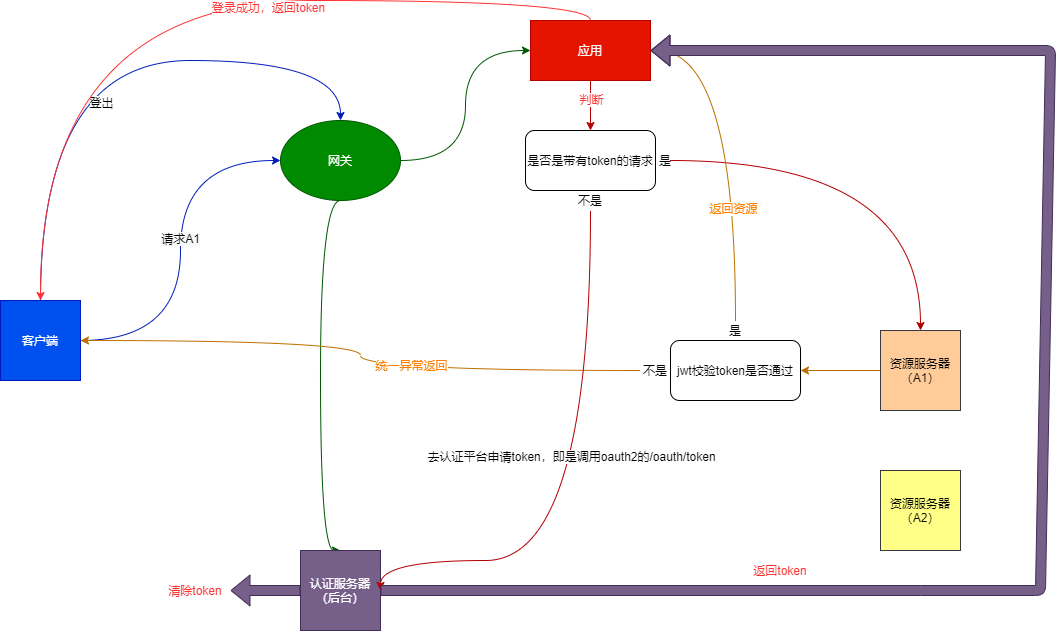
This is 认证流程.png from jsdsfy/flowchart-warehouse, a draw.io export, as it was before one commit. Source tidied: cells renumbered, new cells last; positions are measured from the earlier drawing's top-left corner, leaving out a move shared by most shapes.
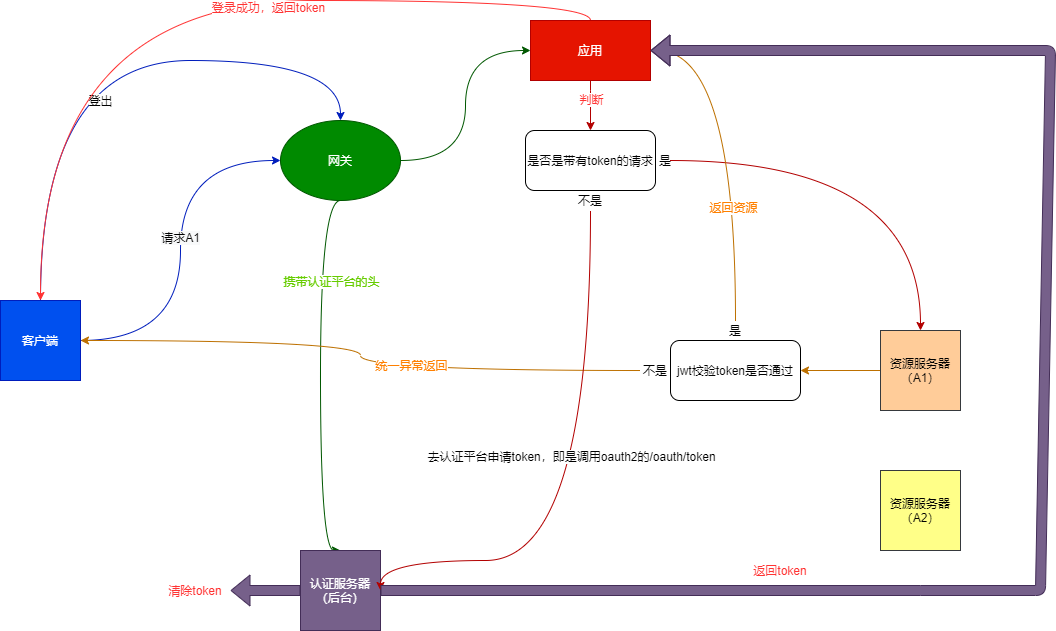
The same file after the commit.

Commit message:
更新认证流程.png

The edit, as a diff of the source:
```diff
@@ -38,6 +38,11 @@
         </Array>
       </mxGeometry>
     </mxCell>
+    <mxCell id="36" value="&lt;font style=&quot;font-size: 9px;&quot;&gt;携带认证平台的头&lt;/font&gt;" style="edgeLabel;html=1;align=center;verticalAlign=middle;fontSize=9;fontColor=#66CC00;" parent="9" vertex="1">
+      <mxGeometry x="-0.62" y="5" relative="1" as="geometry">
+        <mxPoint x="5" y="25" as="offset" />
+      </mxGeometry>
+    </mxCell>
     <mxCell id="10" style="edgeStyle=orthogonalEdgeStyle;curved=1;jettySize=auto;html=1;exitX=1;exitY=0.5;exitDx=0;exitDy=0;entryX=0;entryY=0.5;entryDx=0;entryDy=0;fontColor=#FF3333;strokeColor=#005700;fillColor=#008a00;" parent="1" edge="1" source="11" target="30">
       <mxGeometry relative="1" as="geometry" />
     </mxCell>
```
